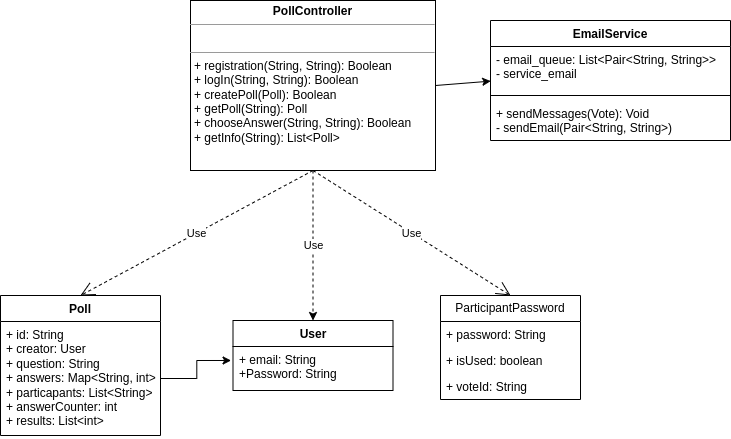
Earlier version of the draw.io export img/uml3.png (LanaShhh/Voting). Source tidied: cells renumbered, new cells last; positions are measured from the earlier drawing's top-left corner, leaving out a move shared by most shapes.
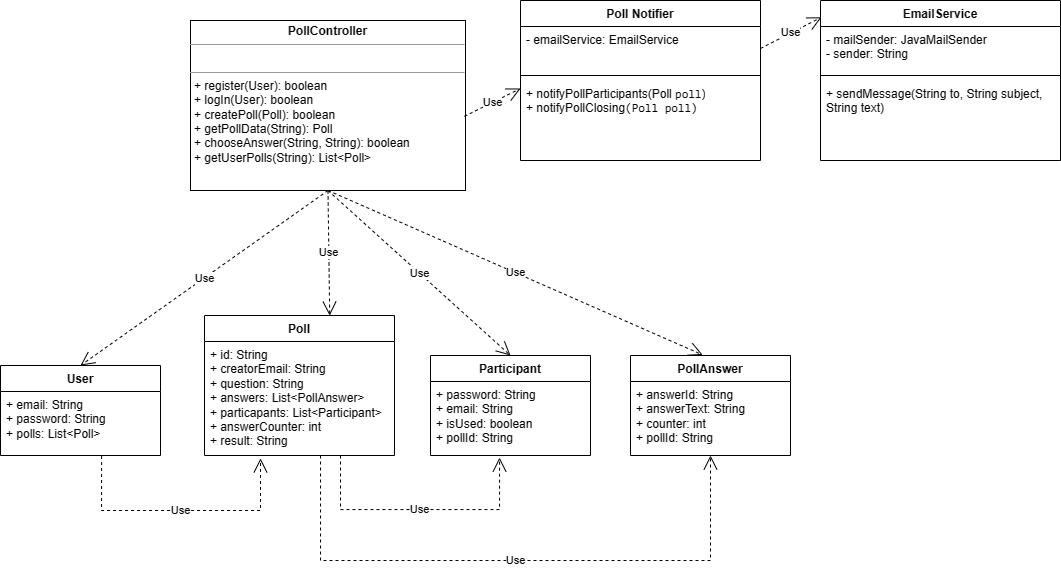
The same diagram one commit later.

Commit message:
Обновил uml, crc

Diff of the diagram source:
```diff
@@ -2,59 +2,107 @@
   <root>
     <mxCell id="0" />
     <mxCell id="1" parent="0" />
-    <mxCell id="2" value="Use" style="edgeStyle=orthogonalEdgeStyle;rounded=0;jettySize=auto;html=1;exitX=0.5;exitY=1;exitDx=0;exitDy=0;dashed=1;" parent="1" edge="1" source="3" target="12">
-      <mxGeometry relative="1" as="geometry" />
-    </mxCell>
-    <mxCell id="3" value="&lt;p style=&quot;margin:0px;margin-top:4px;text-align:center;&quot;&gt;&lt;b&gt;PollController&lt;/b&gt;&lt;/p&gt;&lt;hr size=&quot;1&quot;&gt;&lt;p style=&quot;margin:0px;margin-left:4px;&quot;&gt;&lt;br&gt;&lt;/p&gt;&lt;hr size=&quot;1&quot;&gt;&lt;p style=&quot;margin:0px;margin-left:4px;&quot;&gt;+ registration(String, String): Boolean&lt;/p&gt;&lt;p style=&quot;margin:0px;margin-left:4px;&quot;&gt;+ logIn(String, String): Boolean&lt;/p&gt;&lt;p style=&quot;margin:0px;margin-left:4px;&quot;&gt;+&amp;nbsp;&lt;span style=&quot;background-color: initial;&quot;&gt;createPoll(Poll): Boolean&lt;/span&gt;&lt;/p&gt;&lt;p style=&quot;margin:0px;margin-left:4px;&quot;&gt;&lt;span style=&quot;background-color: initial;&quot;&gt;+ getPoll(String): Poll&lt;/span&gt;&lt;/p&gt;&lt;p style=&quot;margin:0px;margin-left:4px;&quot;&gt;+&amp;nbsp;&lt;span style=&quot;background-color: initial;&quot;&gt;chooseAnswer(String, String): Boolean&lt;/span&gt;&lt;/p&gt;&lt;p style=&quot;margin:0px;margin-left:4px;&quot;&gt;&lt;span style=&quot;background-color: initial;&quot;&gt;+ getInfo(String): List&amp;lt;Poll&amp;gt;&lt;/span&gt;&lt;/p&gt;&lt;p style=&quot;margin:0px;margin-left:4px;&quot;&gt;&lt;span style=&quot;background-color: initial;&quot;&gt;&lt;br&gt;&lt;/span&gt;&lt;/p&gt;&lt;p style=&quot;margin:0px;margin-left:4px;&quot;&gt;&lt;span style=&quot;background-color: initial;&quot;&gt;&lt;br&gt;&lt;/span&gt;&lt;/p&gt;" style="verticalAlign=top;align=left;overflow=fill;fontSize=12;fontFamily=Helvetica;html=1;whiteSpace=wrap;" parent="1" vertex="1">
-      <mxGeometry x="190" width="245" height="170" as="geometry" />
+    <mxCell id="3" value="&lt;p style=&quot;margin:0px;margin-top:4px;text-align:center;&quot;&gt;&lt;b&gt;PollController&lt;/b&gt;&lt;/p&gt;&lt;hr size=&quot;1&quot;&gt;&lt;p style=&quot;margin:0px;margin-left:4px;&quot;&gt;&lt;br&gt;&lt;/p&gt;&lt;hr size=&quot;1&quot;&gt;&lt;p style=&quot;margin:0px;margin-left:4px;&quot;&gt;+ register(User): boolean&lt;/p&gt;&lt;p style=&quot;margin:0px;margin-left:4px;&quot;&gt;+ logIn(User): boolean&lt;/p&gt;&lt;p style=&quot;margin:0px;margin-left:4px;&quot;&gt;+&amp;nbsp;&lt;span style=&quot;background-color: initial;&quot;&gt;createPoll(Poll): boolean&lt;/span&gt;&lt;/p&gt;&lt;p style=&quot;margin:0px;margin-left:4px;&quot;&gt;&lt;span style=&quot;background-color: initial;&quot;&gt;+ getPollData(String): Poll&lt;/span&gt;&lt;/p&gt;&lt;p style=&quot;margin:0px;margin-left:4px;&quot;&gt;+&amp;nbsp;&lt;span style=&quot;background-color: initial;&quot;&gt;chooseAnswer(String, String): boolean&lt;/span&gt;&lt;/p&gt;&lt;p style=&quot;margin:0px;margin-left:4px;&quot;&gt;&lt;span style=&quot;background-color: initial;&quot;&gt;+ getUserPolls(String): List&amp;lt;Poll&amp;gt;&lt;/span&gt;&lt;/p&gt;&lt;p style=&quot;margin:0px;margin-left:4px;&quot;&gt;&lt;span style=&quot;background-color: initial;&quot;&gt;&lt;br&gt;&lt;/span&gt;&lt;/p&gt;&lt;p style=&quot;margin:0px;margin-left:4px;&quot;&gt;&lt;span style=&quot;background-color: initial;&quot;&gt;&lt;br&gt;&lt;/span&gt;&lt;/p&gt;" style="verticalAlign=top;align=left;overflow=fill;fontSize=12;fontFamily=Helvetica;html=1;whiteSpace=wrap;" parent="1" vertex="1">
+      <mxGeometry x="160" width="275" height="170" as="geometry" />
     </mxCell>
     <mxCell id="4" value="Poll" style="swimlane;fontStyle=1;align=center;verticalAlign=top;horizontal=1;startSize=26;whiteSpace=wrap;html=1;" parent="1" vertex="1">
-      <mxGeometry y="295" width="160" height="140" as="geometry" />
+      <mxGeometry x="174" y="295" width="190" height="140" as="geometry" />
     </mxCell>
-    <mxCell id="5" value="+ id: String&lt;br&gt;+ creator: User&lt;br&gt;+ question: String&lt;br&gt;+ answers: Map&amp;lt;String, int&amp;gt;&lt;br&gt;+ particapants: List&amp;lt;String&amp;gt;&lt;br&gt;+ answerCounter: int&lt;br&gt;+ results: List&amp;lt;int&amp;gt;" style="text;strokeColor=none;fillColor=none;align=left;verticalAlign=top;spacingLeft=4;spacingRight=4;overflow=hidden;points=[[0,0.5],[1,0.5]];portConstraint=eastwest;whiteSpace=wrap;html=1;" parent="4" vertex="1">
-      <mxGeometry y="26" width="160" height="114" as="geometry" />
+    <mxCell id="5" value="+ id: String&lt;br&gt;+ creatorEmail: String&lt;br&gt;+ question: String&lt;br&gt;+ answers: List&amp;lt;PollAnswer&amp;gt;&lt;br&gt;+ particapants: List&amp;lt;Participant&amp;gt;&lt;br&gt;+ answerCounter: int&lt;br&gt;+ result: String" style="text;strokeColor=none;fillColor=none;align=left;verticalAlign=top;spacingLeft=4;spacingRight=4;overflow=hidden;points=[[0,0.5],[1,0.5]];portConstraint=eastwest;whiteSpace=wrap;html=1;" parent="4" vertex="1">
+      <mxGeometry y="26" width="190" height="114" as="geometry" />
     </mxCell>
-    <mxCell id="6" value="Use" style="endArrow=open;endSize=12;dashed=1;html=1;rounded=0;entryX=0.5;entryY=0;entryDx=0;entryDy=0;exitX=0.5;exitY=1;exitDx=0;exitDy=0;" parent="1" edge="1" source="3" target="4">
+    <mxCell id="6" value="Use" style="endArrow=open;endSize=12;dashed=1;html=1;rounded=0;entryX=0.5;entryY=0;entryDx=0;entryDy=0;exitX=0.5;exitY=1;exitDx=0;exitDy=0;" parent="1" edge="1" source="3" target="20">
       <mxGeometry relative="1" as="geometry" />
     </mxCell>
-    <mxCell id="7" value="ParticipantPassword" style="swimlane;fontStyle=0;horizontal=1;startSize=26;fillColor=none;whiteSpace=wrap;html=1;" parent="1" vertex="1">
-      <mxGeometry x="440" y="295" width="140" height="104" as="geometry" />
-    </mxCell>
-    <mxCell id="8" value="+ password: String" style="text;strokeColor=none;fillColor=none;align=left;verticalAlign=top;spacingLeft=4;spacingRight=4;overflow=hidden;whiteSpace=wrap;html=1;" parent="7" vertex="1">
-      <mxGeometry y="26" width="140" height="26" as="geometry" />
-    </mxCell>
-    <mxCell id="9" value="+ isUsed: boolean" style="text;strokeColor=none;fillColor=none;align=left;verticalAlign=top;spacingLeft=4;spacingRight=4;overflow=hidden;whiteSpace=wrap;html=1;" parent="7" vertex="1">
-      <mxGeometry y="52" width="140" height="26" as="geometry" />
-    </mxCell>
-    <mxCell id="10" value="+ voteId: String" style="text;strokeColor=none;fillColor=none;align=left;verticalAlign=top;spacingLeft=4;spacingRight=4;overflow=hidden;whiteSpace=wrap;html=1;" parent="7" vertex="1">
-      <mxGeometry y="78" width="140" height="26" as="geometry" />
-    </mxCell>
-    <mxCell id="11" value="Use" style="endArrow=open;endSize=12;dashed=1;html=1;rounded=0;exitX=0.5;exitY=1;exitDx=0;exitDy=0;entryX=0.5;entryY=0;entryDx=0;entryDy=0;" parent="1" edge="1" source="3" target="7">
+    <mxCell id="11" value="Use" style="endArrow=open;endSize=12;dashed=1;html=1;rounded=0;exitX=0.5;exitY=1;exitDx=0;exitDy=0;entryX=0.451;entryY=-0.006;entryDx=0;entryDy=0;entryPerimeter=0;" parent="1" edge="1" source="3" target="22">
       <mxGeometry relative="1" as="geometry" />
     </mxCell>
     <mxCell id="12" value="User" style="swimlane;fontStyle=1;align=center;verticalAlign=top;horizontal=1;startSize=26;whiteSpace=wrap;html=1;" parent="1" vertex="1">
-      <mxGeometry x="232.5" y="320" width="160" height="70" as="geometry" />
+      <mxGeometry x="-30" y="345" width="160" height="90" as="geometry" />
     </mxCell>
-    <mxCell id="13" value="+ email: String&lt;br&gt;+Password: String" style="text;strokeColor=none;fillColor=none;align=left;verticalAlign=top;spacingLeft=4;spacingRight=4;overflow=hidden;points=[[0,0.5],[1,0.5]];portConstraint=eastwest;whiteSpace=wrap;html=1;" parent="12" vertex="1">
-      <mxGeometry y="26" width="160" height="44" as="geometry" />
+    <mxCell id="13" value="+ email: String&lt;br&gt;+ password: String&lt;br&gt;+ polls: List&amp;lt;Poll&amp;gt;" style="text;strokeColor=none;fillColor=none;align=left;verticalAlign=top;spacingLeft=4;spacingRight=4;overflow=hidden;points=[[0,0.5],[1,0.5]];portConstraint=eastwest;whiteSpace=wrap;html=1;" parent="12" vertex="1">
+      <mxGeometry y="26" width="160" height="64" as="geometry" />
     </mxCell>
+    <mxCell id="20" value="Participant" style="swimlane;fontStyle=1;align=center;verticalAlign=top;horizontal=1;startSize=26;whiteSpace=wrap;html=1;" parent="1" vertex="1">
+      <mxGeometry x="400" y="335" width="160" height="100" as="geometry" />
+    </mxCell>
+    <mxCell id="21" value="+ password: String&lt;br&gt;+ email: String&lt;br&gt;+ isUsed: boolean&lt;br&gt;+ pollId: String" style="text;strokeColor=none;fillColor=none;align=left;verticalAlign=top;spacingLeft=4;spacingRight=4;overflow=hidden;whiteSpace=wrap;html=1;" parent="20" vertex="1">
+      <mxGeometry y="26" width="160" height="74" as="geometry" />
+    </mxCell>
+    <mxCell id="22" value="PollAnswer" style="swimlane;fontStyle=1;align=center;verticalAlign=top;horizontal=1;startSize=26;whiteSpace=wrap;html=1;" parent="1" vertex="1">
+      <mxGeometry x="600" y="335" width="160" height="100" as="geometry" />
+    </mxCell>
+    <mxCell id="23" value="+ answerId: String&lt;br&gt;+ answerText: String&lt;br&gt;+ counter: int&lt;br&gt;+ pollId: String" style="text;strokeColor=none;fillColor=none;align=left;verticalAlign=top;spacingLeft=4;spacingRight=4;overflow=hidden;whiteSpace=wrap;html=1;" parent="22" vertex="1">
+      <mxGeometry y="26" width="160" height="74" as="geometry" />
+    </mxCell>
+    <mxCell id="24" value="Use" style="endArrow=open;endSize=12;dashed=1;html=1;rounded=0;exitX=0.5;exitY=1;exitDx=0;exitDy=0;entryX=0.659;entryY=0.001;entryDx=0;entryDy=0;entryPerimeter=0;" parent="1" edge="1" source="3" target="4">
+      <mxGeometry relative="1" as="geometry" />
+    </mxCell>
+    <mxCell id="2" value="Use" style="endArrow=open;endSize=12;dashed=1;html=1;rounded=0;exitX=0.5;exitY=1;exitDx=0;exitDy=0;entryX=0.5;entryY=0;entryDx=0;entryDy=0;" parent="1" edge="1" source="3" target="12">
+      <mxGeometry relative="1" as="geometry" />
+    </mxCell>
+    <mxCell id="25" value="Use" style="endArrow=open;endSize=12;dashed=1;html=1;rounded=0;exitX=0.632;exitY=1.008;exitDx=0;exitDy=0;exitPerimeter=0;edgeStyle=orthogonalEdgeStyle;entryX=0.298;entryY=1.025;entryDx=0;entryDy=0;entryPerimeter=0;" parent="1" edge="1" source="13" target="5">
+      <mxGeometry relative="1" as="geometry">
+        <Array as="points">
+          <mxPoint x="71" y="490" />
+          <mxPoint x="230" y="490" />
+          <mxPoint x="230" y="438" />
+        </Array>
+      </mxGeometry>
+    </mxCell>
+    <mxCell id="26" value="Use" style="endArrow=open;endSize=12;dashed=1;html=1;rounded=0;exitX=0.632;exitY=1.008;exitDx=0;exitDy=0;exitPerimeter=0;edgeStyle=orthogonalEdgeStyle;entryX=0.298;entryY=1.025;entryDx=0;entryDy=0;entryPerimeter=0;" parent="1" edge="1">
+      <mxGeometry relative="1" as="geometry">
+        <mxPoint x="310" y="435" as="sourcePoint" />
+        <mxPoint x="470" y="437" as="targetPoint" />
+        <Array as="points">
+          <mxPoint x="310" y="489" />
+          <mxPoint x="469" y="489" />
+          <mxPoint x="469" y="437" />
+        </Array>
+      </mxGeometry>
+    </mxCell>
+    <mxCell id="27" value="Use" style="endArrow=open;endSize=12;dashed=1;html=1;rounded=0;exitX=0.632;exitY=1.008;exitDx=0;exitDy=0;exitPerimeter=0;edgeStyle=orthogonalEdgeStyle;entryX=0.5;entryY=1;entryDx=0;entryDy=0;" parent="1" edge="1" target="22">
+      <mxGeometry relative="1" as="geometry">
+        <mxPoint x="290" y="435" as="sourcePoint" />
+        <Array as="points">
+          <mxPoint x="290" y="540" />
+          <mxPoint x="680" y="540" />
+        </Array>
+      </mxGeometry>
+    </mxCell>
+    <mxCell id="28" value="Use" style="endArrow=open;endSize=12;dashed=1;html=1;rounded=0;exitX=0.996;exitY=0.564;exitDx=0;exitDy=0;entryX=0;entryY=0.5;entryDx=0;entryDy=0;exitPerimeter=0;" parent="1" edge="1" source="3">
+      <mxGeometry relative="1" as="geometry">
+        <mxPoint x="490" y="68" as="targetPoint" />
+      </mxGeometry>
+    </mxCell>
+    <mxCell id="29" value="Poll Notifier" style="swimlane;fontStyle=1;align=center;verticalAlign=top;horizontal=1;startSize=26;whiteSpace=wrap;html=1;" parent="1" vertex="1">
+      <mxGeometry x="490" y="-20" width="240" height="160" as="geometry" />
+    </mxCell>
+    <mxCell id="30" value="- emailService: EmailService" style="text;strokeColor=none;fillColor=none;align=left;verticalAlign=top;spacingLeft=4;spacingRight=4;overflow=hidden;whiteSpace=wrap;html=1;" parent="29" vertex="1">
+      <mxGeometry y="26" width="240" height="44" as="geometry" />
+    </mxCell>
+    <mxCell id="31" style="line;strokeWidth=1;fillColor=none;align=left;verticalAlign=middle;spacingTop=-1;spacingLeft=3;spacingRight=3;labelPosition=right;strokeColor=inherit;" parent="29" vertex="1">
+      <mxGeometry y="70" width="240" height="10" as="geometry" />
+    </mxCell>
+    <mxCell id="32" value="+&amp;nbsp;notifyPollParticipants(Poll&amp;nbsp;&lt;span style=&quot;border-color: var(--border-color); background-color: rgb(255, 255, 255); color: rgb(8, 8, 8); font-family: &amp;quot;JetBrains Mono Medium&amp;quot;, monospace;&quot;&gt;poll&lt;/span&gt;)&lt;br&gt;+&amp;nbsp;notifyPollClosing&lt;span style=&quot;background-color: rgb(255, 255, 255); color: rgb(8, 8, 8); font-family: &amp;quot;JetBrains Mono Medium&amp;quot;, monospace;&quot;&gt;(&lt;/span&gt;&lt;span style=&quot;font-family: &amp;quot;JetBrains Mono Medium&amp;quot;, monospace;&quot;&gt;Poll &lt;/span&gt;&lt;span style=&quot;background-color: rgb(255, 255, 255); color: rgb(8, 8, 8); font-family: &amp;quot;JetBrains Mono Medium&amp;quot;, monospace;&quot;&gt;poll)&lt;/span&gt;" style="text;strokeColor=none;fillColor=none;align=left;verticalAlign=top;spacingLeft=4;spacingRight=4;overflow=hidden;whiteSpace=wrap;html=1;" parent="29" vertex="1">
+      <mxGeometry y="80" width="240" height="80" as="geometry" />
+    </mxCell>
     <mxCell id="14" value="EmailService" style="swimlane;fontStyle=1;align=center;verticalAlign=top;horizontal=1;startSize=26;whiteSpace=wrap;html=1;" parent="1" vertex="1">
-      <mxGeometry x="490" y="20" width="240" height="120" as="geometry" />
+      <mxGeometry x="790" y="-20" width="240" height="160" as="geometry" />
     </mxCell>
-    <mxCell id="15" value="- email_queue: List&amp;lt;Pair&amp;lt;String, String&amp;gt;&amp;gt;&lt;br&gt;- service_email" style="text;strokeColor=none;fillColor=none;align=left;verticalAlign=top;spacingLeft=4;spacingRight=4;overflow=hidden;points=[[0,0.5],[1,0.5]];portConstraint=eastwest;whiteSpace=wrap;html=1;" parent="14" vertex="1">
-      <mxGeometry y="26" width="240" height="44" as="geometry" />
-    </mxCell>
-    <mxCell id="16" style="line;strokeWidth=1;fillColor=none;align=left;verticalAlign=middle;spacingTop=-1;spacingLeft=3;spacingRight=3;labelPosition=right;strokeColor=inherit;" parent="14" vertex="1">
-      <mxGeometry y="70" width="240" height="10" as="geometry" />
-    </mxCell>
-    <mxCell id="17" value="+ sendMessages(Vote): Void&lt;br&gt;- sendEmail(Pair&amp;lt;String, String&amp;gt;)" style="text;strokeColor=none;fillColor=none;align=left;verticalAlign=top;spacingLeft=4;spacingRight=4;overflow=hidden;whiteSpace=wrap;html=1;" parent="14" vertex="1">
-      <mxGeometry y="80" width="240" height="40" as="geometry" />
-    </mxCell>
-    <mxCell id="18" style="endArrow=classic;html=1;rounded=0;exitX=1;exitY=0.5;exitDx=0;exitDy=0;entryX=0.001;entryY=0.787;entryDx=0;entryDy=0;entryPerimeter=0;" parent="1" edge="1" source="3" target="15">
-      <mxGeometry relative="1" as="geometry" />
-    </mxCell>
-    <mxCell id="19" style="edgeStyle=orthogonalEdgeStyle;rounded=0;jettySize=auto;html=1;entryX=-0.012;entryY=0.318;entryDx=0;entryDy=0;entryPerimeter=0;" parent="1" edge="1" source="5" target="13">
-      <mxGeometry relative="1" as="geometry" />
-    </mxCell>
+    <mxCell id="33" value="- mailSender: JavaMailSender&lt;br&gt;- sender: String" style="text;strokeColor=none;fillColor=none;align=left;verticalAlign=top;spacingLeft=4;spacingRight=4;overflow=hidden;whiteSpace=wrap;html=1;" parent="14" vertex="1">
+      <mxGeometry y="26" width="240" height="44" as="geometry" />
+    </mxCell>
+    <mxCell id="34" style="line;strokeWidth=1;fillColor=none;align=left;verticalAlign=middle;spacingTop=-1;spacingLeft=3;spacingRight=3;labelPosition=right;strokeColor=inherit;" parent="14" vertex="1">
+      <mxGeometry y="70" width="240" height="10" as="geometry" />
+    </mxCell>
+    <mxCell id="35" value="+ sendMessage(String to, String subject, String text)" style="text;strokeColor=none;fillColor=none;align=left;verticalAlign=top;spacingLeft=4;spacingRight=4;overflow=hidden;whiteSpace=wrap;html=1;" parent="14" vertex="1">
+      <mxGeometry y="80" width="240" height="80" as="geometry" />
+    </mxCell>
+    <mxCell id="36" value="Use" style="endArrow=open;endSize=12;dashed=1;html=1;rounded=0;exitX=0.996;exitY=0.564;exitDx=0;exitDy=0;entryX=0.004;entryY=0.105;entryDx=0;entryDy=0;exitPerimeter=0;entryPerimeter=0;" parent="1" edge="1" target="14">
+      <mxGeometry relative="1" as="geometry">
+        <mxPoint x="730" y="28" as="sourcePoint" />
+      </mxGeometry>
+    </mxCell>
   </root>
 </mxGraphModel>
```
